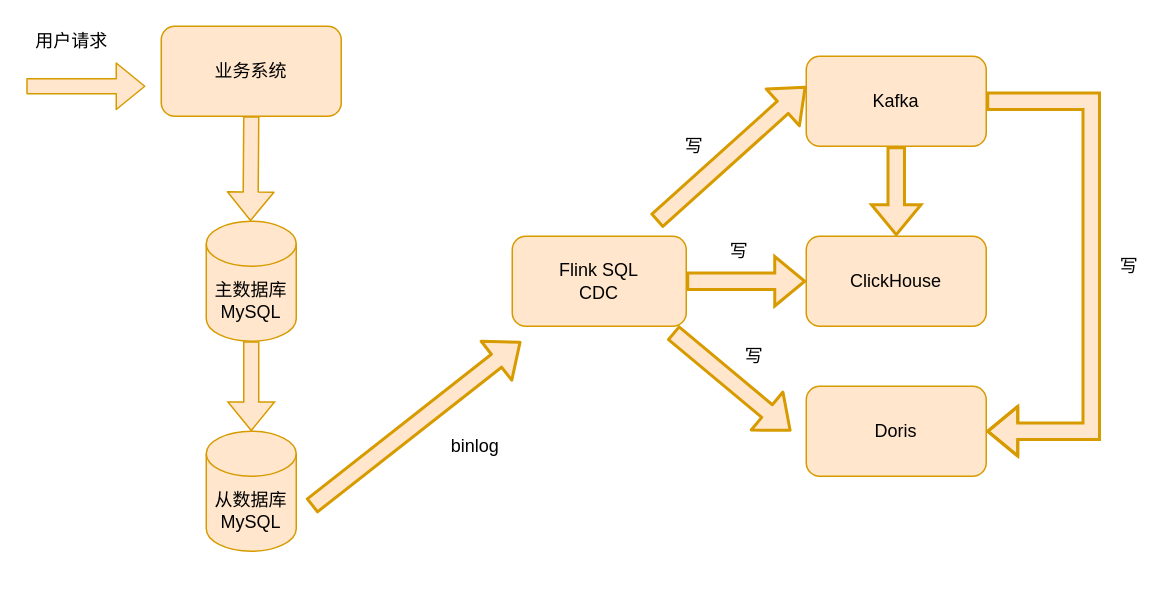
This is 未命名绘图.drawio from liufengyuqing/Tool, a draw.io file, before an edit. Source tidied: cells renumbered, new cells numbered last; positions are measured from the earlier drawing's top-left corner, leaving out a move shared by most shapes. Both pictures are drawn from the tidied source at 150%, with x=0, y=0 at pixel (26, 26).
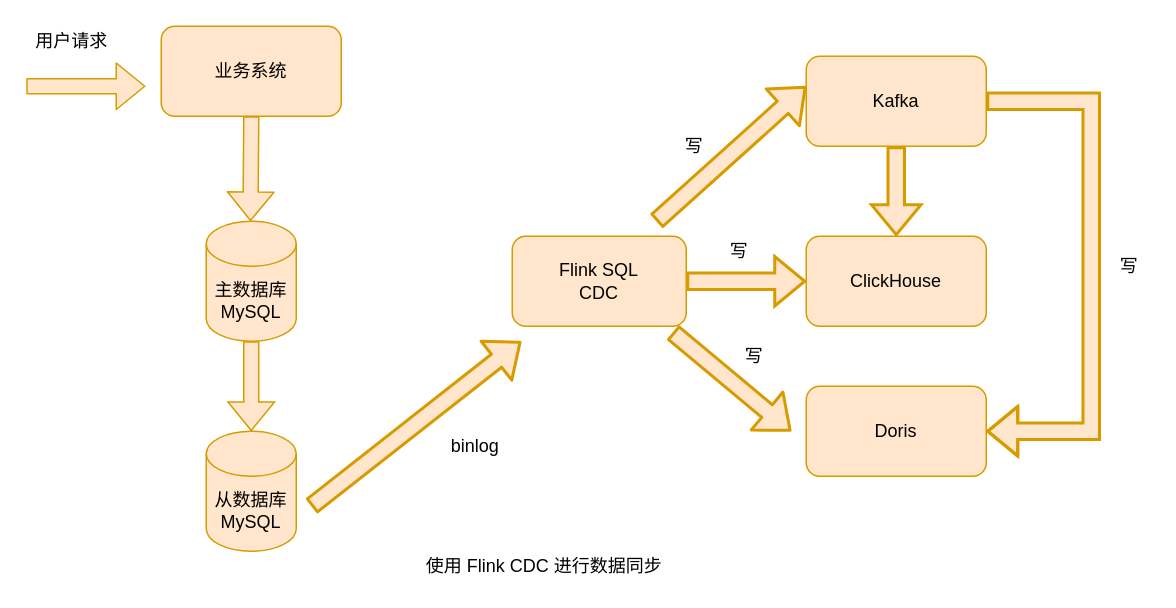
The same diagram, later.

Diff of the diagram source:
```diff
@@
+    <mxCell id="24" value="使用 Flink CDC 进行数据同步&lt;br&gt;" style="text;html=1;align=center;verticalAlign=middle;strokeColor=none;" parent="1" vertex="1">
+      <mxGeometry x="260" y="350" width="170" height="20" as="geometry" />
+    </mxCell>
```
